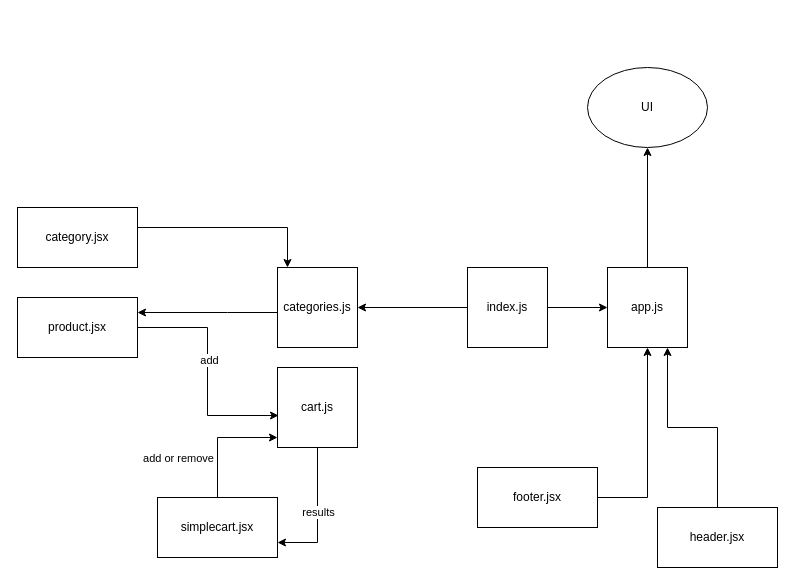
Earlier version of the draw.io diagram Untitled Diagram.drawio (emranaloul/storefront). Source tidied: cells renumbered, new cells numbered last; positions are measured from the earlier drawing's top-left corner, leaving out a move shared by most shapes. Both pictures are drawn from the tidied source at 100%, with x=0, y=0 at pixel (17, 67).
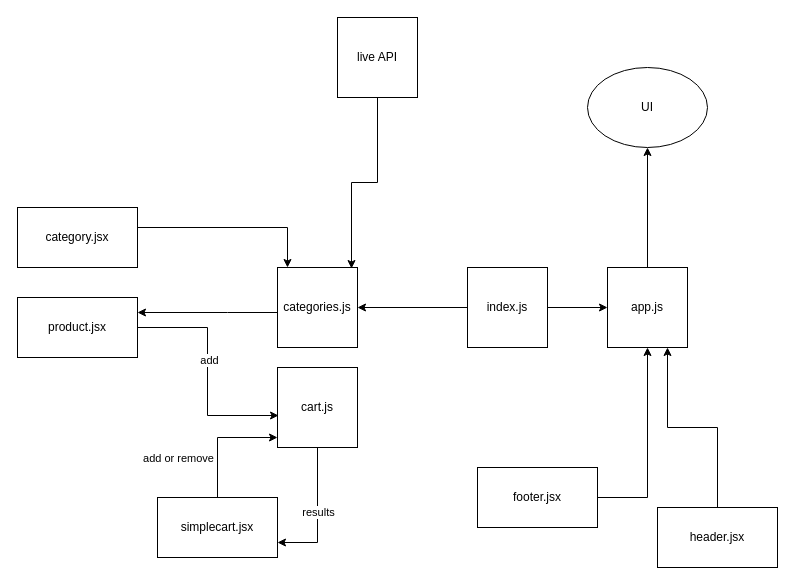
Above is the later version.

Unchanged cells that the change refers to:
```xml
<mxCell id="15" value="categories.js" style="whiteSpace=wrap;html=1;" parent="1" vertex="1">
  <mxGeometry x="260" y="200" width="80" height="80" as="geometry" />
</mxCell>
```

Change to the diagram source:
```diff
@@
+    <mxCell id="25" style="edgeStyle=orthogonalEdgeStyle;rounded=0;jettySize=auto;html=1;entryX=0.925;entryY=0.013;entryDx=0;entryDy=0;entryPerimeter=0;" parent="1" edge="1" source="26" target="15">
+      <mxGeometry relative="1" as="geometry" />
+    </mxCell>
+    <mxCell id="26" value="live API" style="whiteSpace=wrap;html=1;" parent="1" vertex="1">
+      <mxGeometry x="320" y="-50" width="80" height="80" as="geometry" />
+    </mxCell>
```
